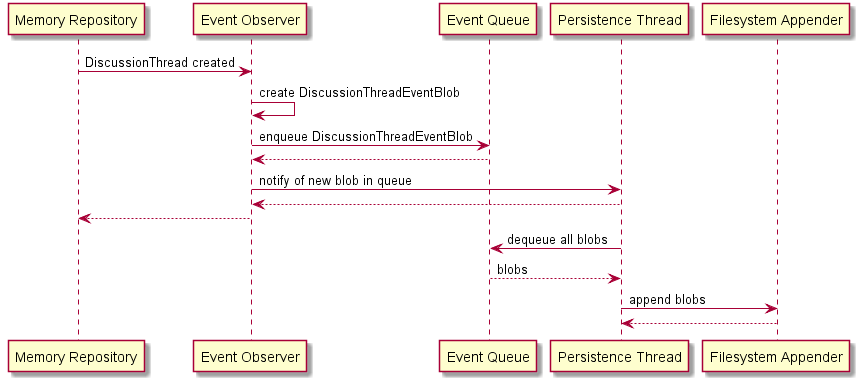
Earlier version of the PlantUML export doc/persistence.png (danij/Forum). Source of this version:
```plantuml
@startuml

"Memory Repository" as MemoryRepository -> "Event Observer" as EventObserver : DiscussionThread created

EventObserver -> EventObserver : create DiscussionThreadEventBlob

EventObserver -> "Event Queue" as EventQueue : enqueue DiscussionThreadEventBlob
EventQueue --> EventObserver

EventObserver -> "Persistence Thread" as PersistenceThread : notify of new blob in queue
PersistenceThread --> EventObserver

EventObserver --> MemoryRepository

PersistenceThread -> EventQueue : dequeue all blobs
EventQueue --> PersistenceThread : blobs

PersistenceThread -> "Filesystem Appender" as FileAppender : append blobs
FileAppender --> PersistenceThread

@enduml
```
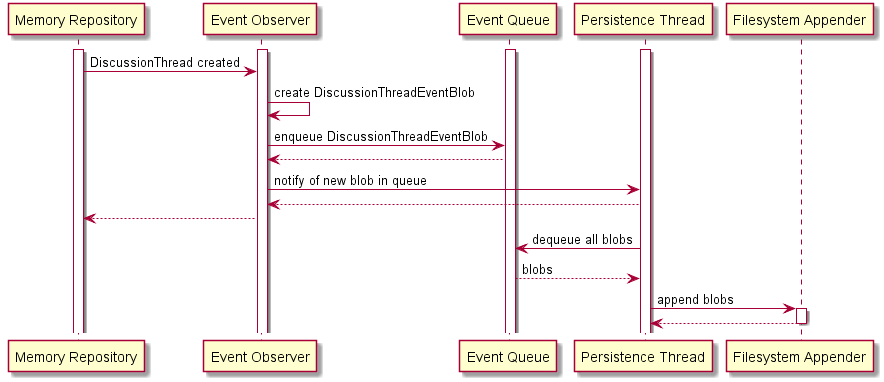
The same diagram one commit later.

Commit message:
Updated architecture sequence diagram for persistence

The edit, as a diff of the source:
```diff
@@ -1,13 +1,24 @@
 @startuml
 
-"Memory Repository" as MemoryRepository -> "Event Observer" as EventObserver : DiscussionThread created
+participant "Memory Repository" as MemoryRepository
+participant "Event Observer" as EventObserver
+participant "Event Queue" as EventQueue
+participant "Persistence Thread" as PersistenceThread
+participant "Filesystem Appender" as FileAppender
+
+activate MemoryRepository
+activate EventObserver
+activate EventQueue
+activate PersistenceThread
+
+MemoryRepository -> EventObserver : DiscussionThread created
 
 EventObserver -> EventObserver : create DiscussionThreadEventBlob
 
-EventObserver -> "Event Queue" as EventQueue : enqueue DiscussionThreadEventBlob
+EventObserver -> EventQueue : enqueue DiscussionThreadEventBlob
 EventQueue --> EventObserver
 
-EventObserver -> "Persistence Thread" as PersistenceThread : notify of new blob in queue
+EventObserver -> PersistenceThread : notify of new blob in queue
 PersistenceThread --> EventObserver
 
 EventObserver --> MemoryRepository
@@ -15,7 +26,9 @@
 PersistenceThread -> EventQueue : dequeue all blobs
 EventQueue --> PersistenceThread : blobs
 
-PersistenceThread -> "Filesystem Appender" as FileAppender : append blobs
+PersistenceThread -> FileAppender : append blobs
+activate FileAppender
 FileAppender --> PersistenceThread
+deactivate FileAppender
 
 @enduml
```
